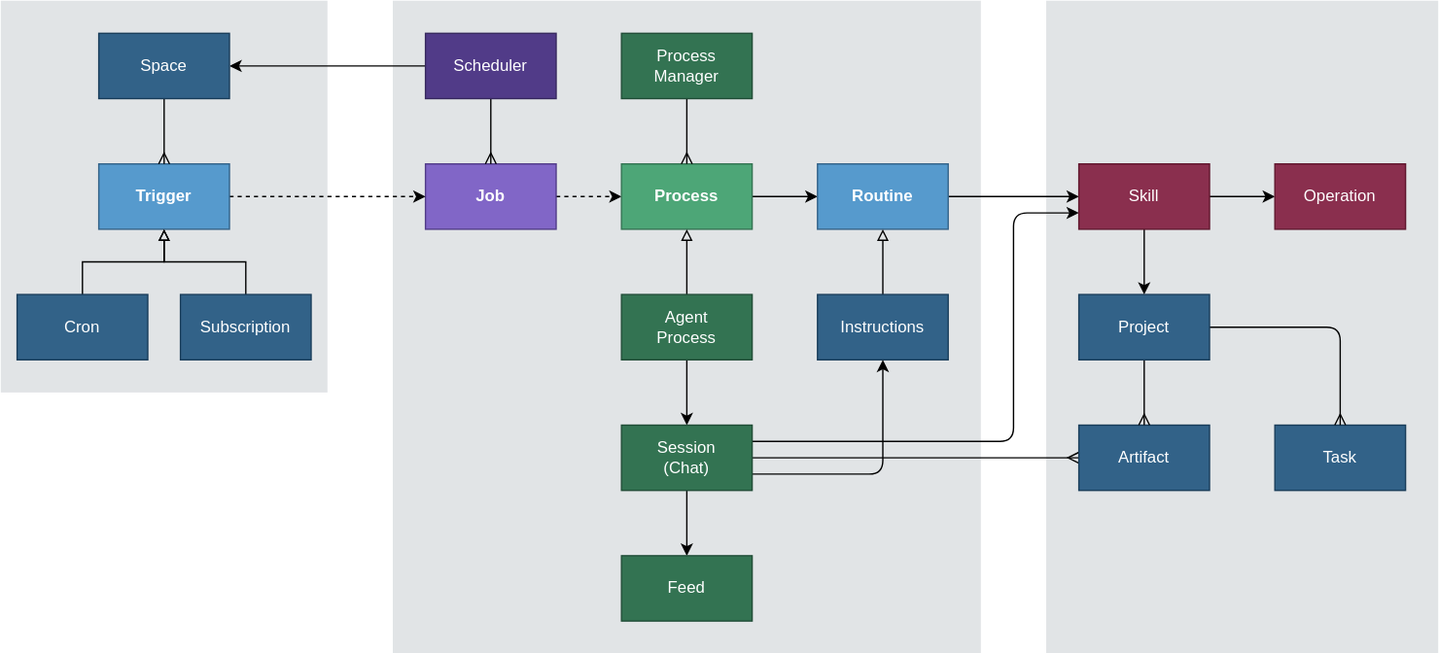
This is docs/design/diagrams/scheduler.drawio.svg from dxos/dxos, a draw.io export, as it was before one commit. Source tidied: cells renumbered, new cells last; positions are measured from the earlier drawing's top-left corner, leaving out a move shared by most shapes. Source of this version:
```xml
<mxGraphModel>
  <root>
    <mxCell id="0" />
    <mxCell id="1" parent="0" />
    <mxCell id="2" style="rounded=0;whiteSpace=wrap;html=1;fillColor=#E1E4E6;dashed=1;fontColor=#000000;strokeColor=none;" parent="1" vertex="1">
      <mxGeometry x="768" width="288" height="480" as="geometry" />
    </mxCell>
    <mxCell id="3" style="rounded=0;whiteSpace=wrap;html=1;fillColor=#E1E4E6;dashed=1;fontColor=#000000;strokeColor=none;" parent="1" vertex="1">
      <mxGeometry x="288" width="432" height="480" as="geometry" />
    </mxCell>
    <mxCell id="4" style="rounded=0;whiteSpace=wrap;html=1;fillColor=#E1E4E6;dashed=1;fontColor=#000000;strokeColor=none;" parent="1" vertex="1">
      <mxGeometry width="240" height="288" as="geometry" />
    </mxCell>
    <mxCell id="5" style="edgeStyle=none;html=1;exitX=1;exitY=0.5;exitDx=0;exitDy=0;dashed=1;" parent="1" edge="1" source="6" target="10">
      <mxGeometry relative="1" as="geometry" />
    </mxCell>
    <mxCell id="6" value="Job" style="rounded=0;whiteSpace=wrap;html=1;fillColor=#8166C7;fontColor=#FFFFFF;strokeColor=#513B88;fontStyle=1;" parent="1" vertex="1">
      <mxGeometry x="312" y="120" width="96" height="48" as="geometry" />
    </mxCell>
    <mxCell id="7" style="edgeStyle=none;html=1;exitX=1;exitY=0.5;exitDx=0;exitDy=0;dashed=1;" parent="1" edge="1" source="8" target="6">
      <mxGeometry relative="1" as="geometry" />
    </mxCell>
    <mxCell id="8" value="Trigger" style="rounded=0;whiteSpace=wrap;html=1;fillColor=#569ACD;fontColor=#FFFFFF;strokeColor=#326288;fontStyle=1;" parent="1" vertex="1">
      <mxGeometry x="72" y="120" width="96" height="48" as="geometry" />
    </mxCell>
    <mxCell id="9" style="edgeStyle=none;html=1;exitX=1;exitY=0.5;exitDx=0;exitDy=0;" parent="1" edge="1" source="10" target="17">
      <mxGeometry relative="1" as="geometry" />
    </mxCell>
    <mxCell id="10" value="Process" style="rounded=0;whiteSpace=wrap;html=1;fillColor=#4DA677;fontColor=#FFFFFF;strokeColor=#337352;fontStyle=1;" parent="1" vertex="1">
      <mxGeometry x="456" y="120" width="96" height="48" as="geometry" />
    </mxCell>
    <mxCell id="11" style="edgeStyle=none;html=1;exitX=0.5;exitY=0;exitDx=0;exitDy=0;entryX=0.5;entryY=1;entryDx=0;entryDy=0;endArrow=block;endFill=0;rounded=0;curved=0;" parent="1" edge="1" source="12" target="8">
      <mxGeometry relative="1" as="geometry">
        <Array as="points">
          <mxPoint x="180" y="192" />
          <mxPoint x="120" y="192" />
        </Array>
      </mxGeometry>
    </mxCell>
    <mxCell id="12" value="Subscription" style="rounded=0;whiteSpace=wrap;html=1;fillColor=#326288;fontColor=#FFFFFF;strokeColor=#193D5A;" parent="1" vertex="1">
      <mxGeometry x="132" y="216" width="96" height="48" as="geometry" />
    </mxCell>
    <mxCell id="13" style="edgeStyle=none;html=1;exitX=0.5;exitY=0;exitDx=0;exitDy=0;entryX=0.5;entryY=1;entryDx=0;entryDy=0;endArrow=block;endFill=0;rounded=0;curved=0;" parent="1" edge="1" source="14" target="8">
      <mxGeometry relative="1" as="geometry">
        <Array as="points">
          <mxPoint x="60" y="192" />
          <mxPoint x="120" y="192" />
        </Array>
      </mxGeometry>
    </mxCell>
    <mxCell id="14" value="Cron" style="rounded=0;whiteSpace=wrap;html=1;fillColor=#326288;fontColor=#FFFFFF;strokeColor=#193D5A;" parent="1" vertex="1">
      <mxGeometry x="12" y="216" width="96" height="48" as="geometry" />
    </mxCell>
    <mxCell id="15" style="edgeStyle=none;html=1;exitX=1;exitY=0.25;exitDx=0;exitDy=0;entryX=0;entryY=0.75;entryDx=0;entryDy=0;" parent="1" edge="1" source="31" target="42">
      <mxGeometry relative="1" as="geometry">
        <Array as="points">
          <mxPoint x="744" y="324" />
          <mxPoint x="744" y="156" />
        </Array>
      </mxGeometry>
    </mxCell>
    <mxCell id="16" style="edgeStyle=none;html=1;exitX=1;exitY=0.5;exitDx=0;exitDy=0;" parent="1" edge="1" source="17" target="42">
      <mxGeometry relative="1" as="geometry" />
    </mxCell>
    <mxCell id="17" value="Routine" style="rounded=0;whiteSpace=wrap;html=1;fillColor=#569ACD;fontColor=#FFFFFF;strokeColor=#326288;fontStyle=1;" parent="1" vertex="1">
      <mxGeometry x="600" y="120" width="96" height="48" as="geometry" />
    </mxCell>
    <mxCell id="18" style="edgeStyle=none;html=1;exitX=0;exitY=0.5;exitDx=0;exitDy=0;" parent="1" edge="1" source="20" target="22">
      <mxGeometry relative="1" as="geometry" />
    </mxCell>
    <mxCell id="19" style="edgeStyle=none;html=1;exitX=0.5;exitY=1;exitDx=0;exitDy=0;endArrow=ERmany;endFill=0;" parent="1" edge="1" source="20" target="6">
      <mxGeometry relative="1" as="geometry" />
    </mxCell>
    <mxCell id="20" value="Scheduler" style="rounded=0;whiteSpace=wrap;html=1;fillColor=#513B88;fontColor=#FFFFFF;strokeColor=#37295F;" parent="1" vertex="1">
      <mxGeometry x="312" y="24" width="96" height="48" as="geometry" />
    </mxCell>
    <mxCell id="21" style="edgeStyle=none;html=1;exitX=0.5;exitY=1;exitDx=0;exitDy=0;endArrow=ERmany;endFill=0;" parent="1" edge="1" source="22" target="8">
      <mxGeometry relative="1" as="geometry" />
    </mxCell>
    <mxCell id="22" value="Space" style="rounded=0;whiteSpace=wrap;html=1;fillColor=#326288;fontColor=#FFFFFF;strokeColor=#193D5A;" parent="1" vertex="1">
      <mxGeometry x="72" y="24" width="96" height="48" as="geometry" />
    </mxCell>
    <mxCell id="23" style="edgeStyle=none;html=1;exitX=0.5;exitY=0;exitDx=0;exitDy=0;endArrow=block;endFill=0;" parent="1" edge="1" source="25" target="10">
      <mxGeometry relative="1" as="geometry" />
    </mxCell>
    <mxCell id="24" style="edgeStyle=none;html=1;exitX=0.5;exitY=1;exitDx=0;exitDy=0;" parent="1" edge="1" source="25" target="31">
      <mxGeometry relative="1" as="geometry" />
    </mxCell>
    <mxCell id="25" value="Agent&lt;br&gt;Process" style="rounded=0;whiteSpace=wrap;html=1;fillColor=#337352;fontColor=#FFFFFF;strokeColor=#214D37;" parent="1" vertex="1">
      <mxGeometry x="456" y="216" width="96" height="48" as="geometry" />
    </mxCell>
    <mxCell id="26" style="edgeStyle=none;html=1;exitX=0.5;exitY=0;exitDx=0;exitDy=0;endArrow=block;endFill=0;" parent="1" edge="1" source="27" target="17">
      <mxGeometry relative="1" as="geometry" />
    </mxCell>
    <mxCell id="27" value="Instructions" style="rounded=0;whiteSpace=wrap;html=1;fillColor=#326288;fontColor=#FFFFFF;strokeColor=#193D5A;" parent="1" vertex="1">
      <mxGeometry x="600" y="216" width="96" height="48" as="geometry" />
    </mxCell>
    <mxCell id="28" style="edgeStyle=none;html=1;exitX=0.5;exitY=1;exitDx=0;exitDy=0;" parent="1" edge="1" source="31" target="32">
      <mxGeometry relative="1" as="geometry" />
    </mxCell>
    <mxCell id="29" style="edgeStyle=none;html=1;exitX=1;exitY=0.5;exitDx=0;exitDy=0;endArrow=ERmany;endFill=0;" parent="1" edge="1" source="31" target="33">
      <mxGeometry relative="1" as="geometry" />
    </mxCell>
    <mxCell id="30" style="edgeStyle=none;html=1;exitX=1;exitY=0.75;exitDx=0;exitDy=0;entryX=0.5;entryY=1;entryDx=0;entryDy=0;" parent="1" edge="1" source="31" target="27">
      <mxGeometry relative="1" as="geometry">
        <Array as="points">
          <mxPoint x="648" y="348" />
        </Array>
      </mxGeometry>
    </mxCell>
    <mxCell id="31" value="Session&lt;br&gt;(Chat)" style="rounded=0;whiteSpace=wrap;html=1;fillColor=#337352;fontColor=#FFFFFF;strokeColor=#214D37;" parent="1" vertex="1">
      <mxGeometry x="456" y="312" width="96" height="48" as="geometry" />
    </mxCell>
    <mxCell id="32" value="Feed" style="rounded=0;whiteSpace=wrap;html=1;fillColor=#337352;fontColor=#FFFFFF;strokeColor=#214D37;" parent="1" vertex="1">
      <mxGeometry x="456" y="408" width="96" height="48" as="geometry" />
    </mxCell>
    <mxCell id="33" value="Artifact" style="rounded=0;whiteSpace=wrap;html=1;fillColor=#326288;fontColor=#FFFFFF;strokeColor=#193D5A;" parent="1" vertex="1">
      <mxGeometry x="792" y="312" width="96" height="48" as="geometry" />
    </mxCell>
    <mxCell id="34" value="Task" style="rounded=0;whiteSpace=wrap;html=1;fillColor=#326288;fontColor=#FFFFFF;strokeColor=#193D5A;" parent="1" vertex="1">
      <mxGeometry x="936" y="312" width="96" height="48" as="geometry" />
    </mxCell>
    <mxCell id="35" style="edgeStyle=none;html=1;exitX=0.5;exitY=1;exitDx=0;exitDy=0;endArrow=ERmany;endFill=0;" parent="1" edge="1" source="36" target="10">
      <mxGeometry relative="1" as="geometry" />
    </mxCell>
    <mxCell id="36" value="Process&lt;br&gt;Manager" style="rounded=0;whiteSpace=wrap;html=1;fillColor=#337352;fontColor=#FFFFFF;strokeColor=#214D37;" parent="1" vertex="1">
      <mxGeometry x="456" y="24" width="96" height="48" as="geometry" />
    </mxCell>
    <mxCell id="37" style="edgeStyle=none;html=1;exitX=0.5;exitY=1;exitDx=0;exitDy=0;endArrow=ERmany;endFill=0;" parent="1" edge="1" source="39" target="33">
      <mxGeometry relative="1" as="geometry" />
    </mxCell>
    <mxCell id="38" style="edgeStyle=none;html=1;exitX=1;exitY=0.5;exitDx=0;exitDy=0;entryX=0.5;entryY=0;entryDx=0;entryDy=0;endArrow=ERmany;endFill=0;" parent="1" edge="1" source="39" target="34">
      <mxGeometry relative="1" as="geometry">
        <Array as="points">
          <mxPoint x="984" y="240" />
        </Array>
      </mxGeometry>
    </mxCell>
    <mxCell id="39" value="Project" style="rounded=0;whiteSpace=wrap;html=1;fillColor=#326288;fontColor=#FFFFFF;strokeColor=#193D5A;" parent="1" vertex="1">
      <mxGeometry x="792" y="216" width="96" height="48" as="geometry" />
    </mxCell>
    <mxCell id="40" style="edgeStyle=none;html=1;exitX=0.5;exitY=1;exitDx=0;exitDy=0;" parent="1" edge="1" source="42" target="39">
      <mxGeometry relative="1" as="geometry" />
    </mxCell>
    <mxCell id="41" style="edgeStyle=none;html=1;exitX=1;exitY=0.5;exitDx=0;exitDy=0;" parent="1" edge="1" source="42" target="43">
      <mxGeometry relative="1" as="geometry" />
    </mxCell>
    <mxCell id="42" value="Skill" style="rounded=0;whiteSpace=wrap;html=1;fillColor=#8A2F4E;fontColor=#FFFFFF;strokeColor=#60162D;" parent="1" vertex="1">
      <mxGeometry x="792" y="120" width="96" height="48" as="geometry" />
    </mxCell>
    <mxCell id="43" value="Operation" style="rounded=0;whiteSpace=wrap;html=1;fillColor=#8A2F4E;fontColor=#FFFFFF;strokeColor=#60162D;" parent="1" vertex="1">
      <mxGeometry x="936" y="120" width="96" height="48" as="geometry" />
    </mxCell>
  </root>
</mxGraphModel>
```
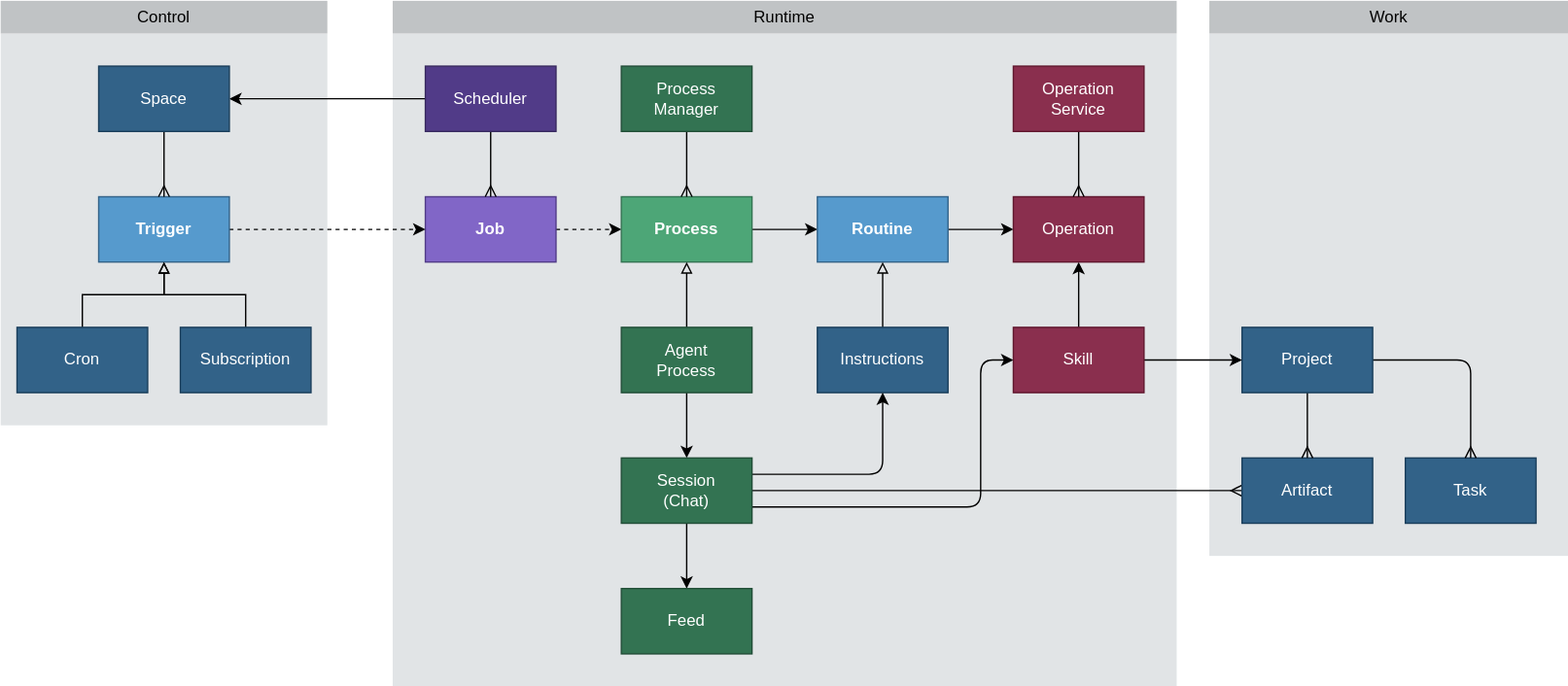
The same diagram one commit later.

Commit message:
docs: update scheduler schematic

Change to the diagram source:
```diff
@@ -3,10 +3,10 @@
     <mxCell id="0" />
     <mxCell id="1" parent="0" />
     <mxCell id="2" style="rounded=0;whiteSpace=wrap;html=1;fillColor=#E1E4E6;dashed=1;fontColor=#000000;strokeColor=none;" parent="1" vertex="1">
-      <mxGeometry x="768" width="288" height="480" as="geometry" />
+      <mxGeometry x="888" width="264" height="384" as="geometry" />
     </mxCell>
     <mxCell id="3" style="rounded=0;whiteSpace=wrap;html=1;fillColor=#E1E4E6;dashed=1;fontColor=#000000;strokeColor=none;" parent="1" vertex="1">
-      <mxGeometry x="288" width="432" height="480" as="geometry" />
+      <mxGeometry x="288" width="576" height="480" as="geometry" />
     </mxCell>
     <mxCell id="4" style="rounded=0;whiteSpace=wrap;html=1;fillColor=#E1E4E6;dashed=1;fontColor=#000000;strokeColor=none;" parent="1" vertex="1">
       <mxGeometry width="240" height="288" as="geometry" />
@@ -51,17 +51,17 @@
     <mxCell id="14" value="Cron" style="rounded=0;whiteSpace=wrap;html=1;fillColor=#326288;fontColor=#FFFFFF;strokeColor=#193D5A;" parent="1" vertex="1">
       <mxGeometry x="12" y="216" width="96" height="48" as="geometry" />
     </mxCell>
-    <mxCell id="15" style="edgeStyle=none;html=1;exitX=1;exitY=0.25;exitDx=0;exitDy=0;entryX=0;entryY=0.75;entryDx=0;entryDy=0;" parent="1" edge="1" source="31" target="42">
+    <mxCell id="15" style="edgeStyle=none;html=1;exitX=1;exitY=0.75;exitDx=0;exitDy=0;" parent="1" edge="1" source="31" target="42">
       <mxGeometry relative="1" as="geometry">
         <Array as="points">
-          <mxPoint x="744" y="324" />
-          <mxPoint x="744" y="156" />
+          <mxPoint x="720" y="348" />
+          <mxPoint x="720" y="240" />
         </Array>
       </mxGeometry>
     </mxCell>
-    <mxCell id="16" style="edgeStyle=none;html=1;exitX=1;exitY=0.5;exitDx=0;exitDy=0;" parent="1" edge="1" source="17" target="42">
-      <mxGeometry relative="1" as="geometry" />
-    </mxCell>
+    <mxCell id="44" style="edgeStyle=none;html=1;exitX=1;exitY=0.5;exitDx=0;exitDy=0;" parent="1" edge="1" source="17" target="43">
+      <mxGeometry relative="1" as="geometry" />
+    </mxCell>
     <mxCell id="17" value="Routine" style="rounded=0;whiteSpace=wrap;html=1;fillColor=#569ACD;fontColor=#FFFFFF;strokeColor=#326288;fontStyle=1;" parent="1" vertex="1">
       <mxGeometry x="600" y="120" width="96" height="48" as="geometry" />
     </mxCell>
@@ -101,10 +101,10 @@
     <mxCell id="29" style="edgeStyle=none;html=1;exitX=1;exitY=0.5;exitDx=0;exitDy=0;endArrow=ERmany;endFill=0;" parent="1" edge="1" source="31" target="33">
       <mxGeometry relative="1" as="geometry" />
     </mxCell>
-    <mxCell id="30" style="edgeStyle=none;html=1;exitX=1;exitY=0.75;exitDx=0;exitDy=0;entryX=0.5;entryY=1;entryDx=0;entryDy=0;" parent="1" edge="1" source="31" target="27">
+    <mxCell id="30" style="edgeStyle=none;html=1;exitX=1;exitY=0.25;exitDx=0;exitDy=0;entryX=0.5;entryY=1;entryDx=0;entryDy=0;" parent="1" edge="1" source="31" target="27">
       <mxGeometry relative="1" as="geometry">
         <Array as="points">
-          <mxPoint x="648" y="348" />
+          <mxPoint x="648" y="324" />
         </Array>
       </mxGeometry>
     </mxCell>
@@ -115,10 +115,10 @@
       <mxGeometry x="456" y="408" width="96" height="48" as="geometry" />
     </mxCell>
     <mxCell id="33" value="Artifact" style="rounded=0;whiteSpace=wrap;html=1;fillColor=#326288;fontColor=#FFFFFF;strokeColor=#193D5A;" parent="1" vertex="1">
-      <mxGeometry x="792" y="312" width="96" height="48" as="geometry" />
+      <mxGeometry x="912" y="312" width="96" height="48" as="geometry" />
     </mxCell>
     <mxCell id="34" value="Task" style="rounded=0;whiteSpace=wrap;html=1;fillColor=#326288;fontColor=#FFFFFF;strokeColor=#193D5A;" parent="1" vertex="1">
-      <mxGeometry x="936" y="312" width="96" height="48" as="geometry" />
+      <mxGeometry x="1032" y="312" width="96" height="48" as="geometry" />
     </mxCell>
     <mxCell id="35" style="edgeStyle=none;html=1;exitX=0.5;exitY=1;exitDx=0;exitDy=0;endArrow=ERmany;endFill=0;" parent="1" edge="1" source="36" target="10">
       <mxGeometry relative="1" as="geometry" />
@@ -132,24 +132,39 @@
     <mxCell id="38" style="edgeStyle=none;html=1;exitX=1;exitY=0.5;exitDx=0;exitDy=0;entryX=0.5;entryY=0;entryDx=0;entryDy=0;endArrow=ERmany;endFill=0;" parent="1" edge="1" source="39" target="34">
       <mxGeometry relative="1" as="geometry">
         <Array as="points">
-          <mxPoint x="984" y="240" />
+          <mxPoint x="1080" y="240" />
         </Array>
       </mxGeometry>
     </mxCell>
     <mxCell id="39" value="Project" style="rounded=0;whiteSpace=wrap;html=1;fillColor=#326288;fontColor=#FFFFFF;strokeColor=#193D5A;" parent="1" vertex="1">
-      <mxGeometry x="792" y="216" width="96" height="48" as="geometry" />
+      <mxGeometry x="912" y="216" width="96" height="48" as="geometry" />
     </mxCell>
-    <mxCell id="40" style="edgeStyle=none;html=1;exitX=0.5;exitY=1;exitDx=0;exitDy=0;" parent="1" edge="1" source="42" target="39">
+    <mxCell id="40" style="edgeStyle=none;html=1;" parent="1" edge="1" source="42" target="39">
       <mxGeometry relative="1" as="geometry" />
     </mxCell>
-    <mxCell id="41" style="edgeStyle=none;html=1;exitX=1;exitY=0.5;exitDx=0;exitDy=0;" parent="1" edge="1" source="42" target="43">
+    <mxCell id="41" style="edgeStyle=none;html=1;" parent="1" edge="1" source="42" target="43">
       <mxGeometry relative="1" as="geometry" />
     </mxCell>
     <mxCell id="42" value="Skill" style="rounded=0;whiteSpace=wrap;html=1;fillColor=#8A2F4E;fontColor=#FFFFFF;strokeColor=#60162D;" parent="1" vertex="1">
-      <mxGeometry x="792" y="120" width="96" height="48" as="geometry" />
+      <mxGeometry x="744" y="216" width="96" height="48" as="geometry" />
     </mxCell>
     <mxCell id="43" value="Operation" style="rounded=0;whiteSpace=wrap;html=1;fillColor=#8A2F4E;fontColor=#FFFFFF;strokeColor=#60162D;" parent="1" vertex="1">
-      <mxGeometry x="936" y="120" width="96" height="48" as="geometry" />
+      <mxGeometry x="744" y="120" width="96" height="48" as="geometry" />
     </mxCell>
+    <mxCell id="45" value="Control" style="rounded=0;whiteSpace=wrap;html=1;fillColor=#C0C3C5;dashed=1;fontColor=#000000;strokeColor=none;" parent="1" vertex="1">
+      <mxGeometry y="-24" width="240" height="24" as="geometry" />
+    </mxCell>
+    <mxCell id="46" value="Runtime" style="rounded=0;whiteSpace=wrap;html=1;fillColor=#C0C3C5;dashed=1;fontColor=#000000;strokeColor=none;" parent="1" vertex="1">
+      <mxGeometry x="288" y="-24" width="576" height="24" as="geometry" />
+    </mxCell>
+    <mxCell id="47" value="Work" style="rounded=0;whiteSpace=wrap;html=1;fillColor=#C0C3C5;dashed=1;fontColor=#000000;strokeColor=none;" parent="1" vertex="1">
+      <mxGeometry x="888" y="-24" width="264" height="24" as="geometry" />
+    </mxCell>
+    <mxCell id="48" style="edgeStyle=none;html=1;endArrow=ERmany;endFill=0;" parent="1" edge="1" source="49" target="43">
+      <mxGeometry relative="1" as="geometry" />
+    </mxCell>
+    <mxCell id="49" value="Operation&lt;br&gt;Service" style="rounded=0;whiteSpace=wrap;html=1;fillColor=#8A2F4E;fontColor=#FFFFFF;strokeColor=#60162D;" parent="1" vertex="1">
+      <mxGeometry x="744" y="24" width="96" height="48" as="geometry" />
+    </mxCell>
   </root>
 </mxGraphModel>
```
